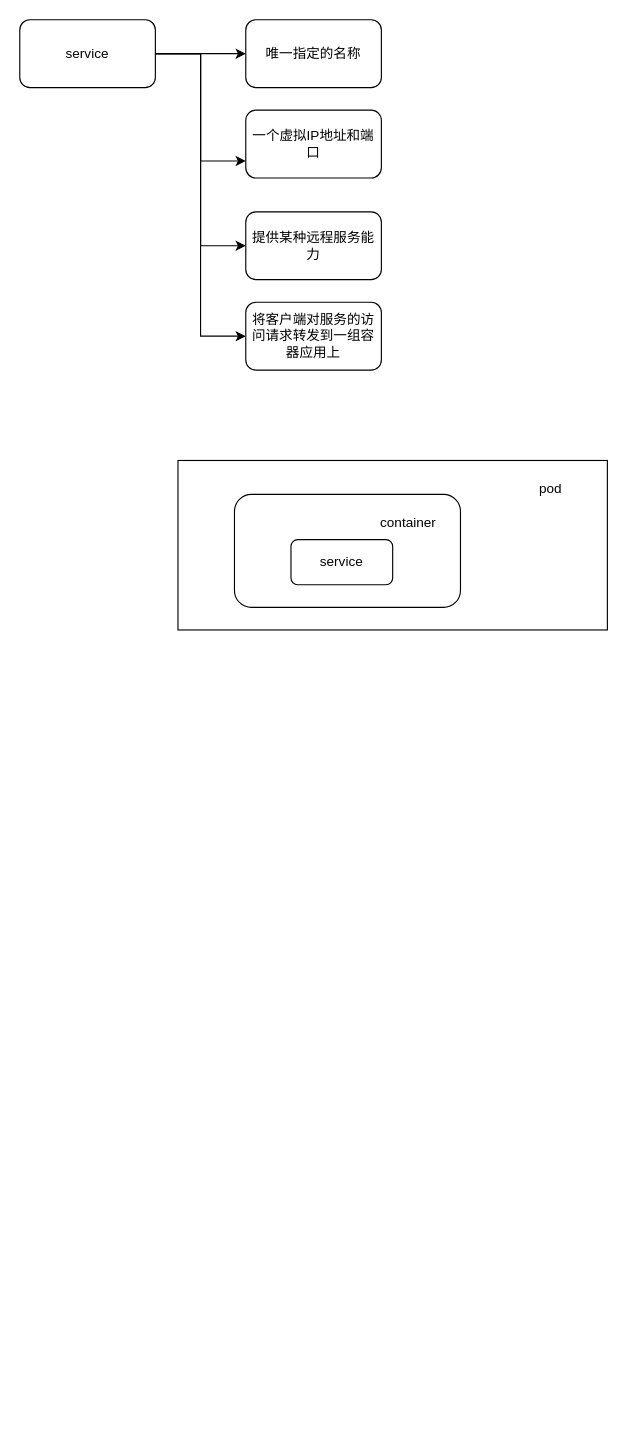
Earlier version of the draw.io diagram conf/k8s.drawio (liuxiaohu0511/ruleEngine). Source tidied: cells renumbered, new cells numbered last; positions are measured from the earlier drawing's top-left corner, leaving out a move shared by most shapes. Both pictures are drawn from the tidied source at 113%, with x=0, y=0 at pixel (19, 19).
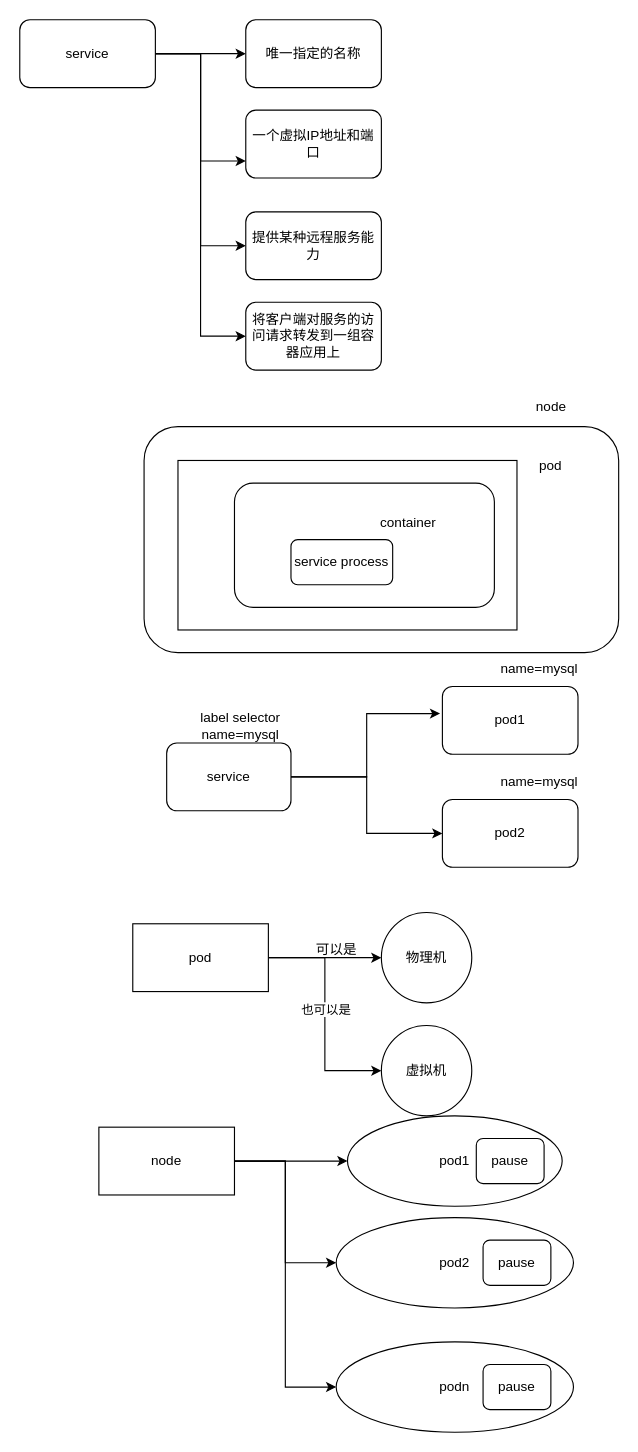
The same diagram, later.

Diff of the diagram source:
```diff
@@
+    <mxCell id="16" style="rounded=1;whiteSpace=wrap;html=1;" parent="1" vertex="1">
+      <mxGeometry x="110" y="360" width="420" height="200" as="geometry" />
+    </mxCell>
@@
     <mxCell id="11" style="rounded=0;whiteSpace=wrap;html=1;" parent="1" vertex="1">
-      <mxGeometry x="140" y="390" width="380" height="150" as="geometry" />
+      <mxGeometry x="140" y="390" width="300" height="150" as="geometry" />
     </mxCell>
     <mxCell id="12" style="rounded=1;whiteSpace=wrap;html=1;" parent="1" vertex="1">
-      <mxGeometry x="190" y="420" width="200" height="100" as="geometry" />
+      <mxGeometry x="190" y="410" width="230" height="110" as="geometry" />
     </mxCell>
     <mxCell id="13" value="pod" style="text;html=1;align=center;verticalAlign=middle;whiteSpace=wrap;rounded=0;" parent="1" vertex="1">
-      <mxGeometry x="440" y="400" width="60" height="30" as="geometry" />
+      <mxGeometry x="440" y="380" width="60" height="30" as="geometry" />
     </mxCell>
@@
-    <mxCell id="15" value="service" style="rounded=1;whiteSpace=wrap;html=1;" parent="1" vertex="1">
+    <mxCell id="15" value="service process" style="rounded=1;whiteSpace=wrap;html=1;" parent="1" vertex="1">
       <mxGeometry x="240" y="460" width="90" height="40" as="geometry" />
     </mxCell>
+    <mxCell id="17" value="pod1" style="rounded=1;whiteSpace=wrap;html=1;" parent="1" vertex="1">
+      <mxGeometry x="374" y="590" width="120" height="60" as="geometry" />
+    </mxCell>
+    <mxCell id="18" style="edgeStyle=orthogonalEdgeStyle;rounded=0;jettySize=auto;html=1;entryX=0;entryY=0.5;entryDx=0;entryDy=0;" parent="1" edge="1" source="19" target="22">
+      <mxGeometry relative="1" as="geometry" />
+    </mxCell>
+    <mxCell id="19" value="service" style="rounded=1;whiteSpace=wrap;html=1;" parent="1" vertex="1">
+      <mxGeometry x="130" y="640" width="110" height="60" as="geometry" />
+    </mxCell>
+    <mxCell id="20" value="name=mysql" style="text;html=1;align=center;verticalAlign=middle;whiteSpace=wrap;rounded=0;" parent="1" vertex="1">
+      <mxGeometry x="430" y="560" width="60" height="30" as="geometry" />
+    </mxCell>
+    <mxCell id="21" value="label selector&lt;div&gt;name=mysql&lt;/div&gt;" style="text;html=1;align=center;verticalAlign=middle;strokeColor=none;fillColor=none;" parent="1" vertex="1">
+      <mxGeometry x="150" y="605" width="90" height="40" as="geometry" />
+    </mxCell>
+    <mxCell id="22" value="pod2" style="rounded=1;whiteSpace=wrap;html=1;" parent="1" vertex="1">
+      <mxGeometry x="374" y="690" width="120" height="60" as="geometry" />
+    </mxCell>
+    <mxCell id="23" value="name=mysql" style="text;html=1;align=center;verticalAlign=middle;whiteSpace=wrap;rounded=0;" parent="1" vertex="1">
+      <mxGeometry x="430" y="660" width="60" height="30" as="geometry" />
+    </mxCell>
+    <mxCell id="24" style="edgeStyle=orthogonalEdgeStyle;rounded=0;jettySize=auto;html=1;entryX=-0.017;entryY=0.4;entryDx=0;entryDy=0;entryPerimeter=0;" parent="1" edge="1" source="19" target="17">
+      <mxGeometry relative="1" as="geometry" />
+    </mxCell>
+    <mxCell id="25" value="node" style="text;html=1;align=center;verticalAlign=middle;strokeColor=none;fillColor=none;" parent="1" vertex="1">
+      <mxGeometry x="445" y="328" width="50" height="30" as="geometry" />
+    </mxCell>
+    <mxCell id="26" style="edgeStyle=orthogonalEdgeStyle;rounded=0;jettySize=auto;html=1;" parent="1" edge="1" source="29" target="30">
+      <mxGeometry relative="1" as="geometry" />
+    </mxCell>
+    <mxCell id="27" style="edgeStyle=orthogonalEdgeStyle;rounded=0;jettySize=auto;html=1;entryX=0;entryY=0.5;entryDx=0;entryDy=0;" parent="1" edge="1" source="29" target="31">
+      <mxGeometry relative="1" as="geometry" />
+    </mxCell>
+    <mxCell id="28" value="也可以是" style="edgeLabel;html=1;align=center;verticalAlign=middle;" parent="27" vertex="1">
+      <mxGeometry x="-0.05" relative="1" as="geometry" />
+    </mxCell>
+    <mxCell id="29" value="pod" style="rounded=0;whiteSpace=wrap;html=1;" parent="1" vertex="1">
+      <mxGeometry x="100" y="800" width="120" height="60" as="geometry" />
+    </mxCell>
+    <mxCell id="30" value="物理机" style="ellipse;whiteSpace=wrap;html=1;rounded=0;" parent="1" vertex="1">
+      <mxGeometry x="320" y="790" width="80" height="80" as="geometry" />
+    </mxCell>
+    <mxCell id="31" value="虚拟机" style="ellipse;whiteSpace=wrap;html=1;rounded=0;" parent="1" vertex="1">
+      <mxGeometry x="320" y="890" width="80" height="80" as="geometry" />
+    </mxCell>
+    <mxCell id="32" value="可以是" style="text;html=1;align=center;verticalAlign=middle;strokeColor=none;fillColor=none;" parent="1" vertex="1">
+      <mxGeometry x="250" y="808" width="60" height="30" as="geometry" />
+    </mxCell>
+    <mxCell id="33" style="edgeStyle=orthogonalEdgeStyle;rounded=0;jettySize=auto;html=1;" parent="1" edge="1" source="36" target="37">
+      <mxGeometry relative="1" as="geometry" />
+    </mxCell>
+    <mxCell id="34" style="edgeStyle=orthogonalEdgeStyle;rounded=0;jettySize=auto;html=1;entryX=0;entryY=0.5;entryDx=0;entryDy=0;" parent="1" edge="1" source="36" target="38">
+      <mxGeometry relative="1" as="geometry" />
+    </mxCell>
+    <mxCell id="35" style="edgeStyle=orthogonalEdgeStyle;rounded=0;jettySize=auto;html=1;entryX=0;entryY=0.5;entryDx=0;entryDy=0;" parent="1" edge="1" source="36" target="39">
+      <mxGeometry relative="1" as="geometry" />
+    </mxCell>
+    <mxCell id="36" value="node" style="whiteSpace=wrap;html=1;" parent="1" vertex="1">
+      <mxGeometry x="70" y="980" width="120" height="60" as="geometry" />
+    </mxCell>
+    <mxCell id="37" value="pod1" style="ellipse;whiteSpace=wrap;html=1;" parent="1" vertex="1">
+      <mxGeometry x="290" y="970" width="190" height="80" as="geometry" />
+    </mxCell>
+    <mxCell id="38" value="pod2" style="ellipse;whiteSpace=wrap;html=1;" parent="1" vertex="1">
+      <mxGeometry x="280" y="1060" width="210" height="80" as="geometry" />
+    </mxCell>
+    <mxCell id="39" value="podn" style="ellipse;whiteSpace=wrap;html=1;" parent="1" vertex="1">
+      <mxGeometry x="280" y="1170" width="210" height="80" as="geometry" />
+    </mxCell>
+    <mxCell id="40" value="pause" style="rounded=1;whiteSpace=wrap;html=1;" parent="1" vertex="1">
+      <mxGeometry x="404" y="990" width="60" height="40" as="geometry" />
+    </mxCell>
+    <mxCell id="41" value="pause" style="rounded=1;whiteSpace=wrap;html=1;" parent="1" vertex="1">
+      <mxGeometry x="410" y="1080" width="60" height="40" as="geometry" />
+    </mxCell>
+    <mxCell id="42" value="pause" style="rounded=1;whiteSpace=wrap;html=1;" parent="1" vertex="1">
+      <mxGeometry x="410" y="1190" width="60" height="40" as="geometry" />
+    </mxCell>
```
